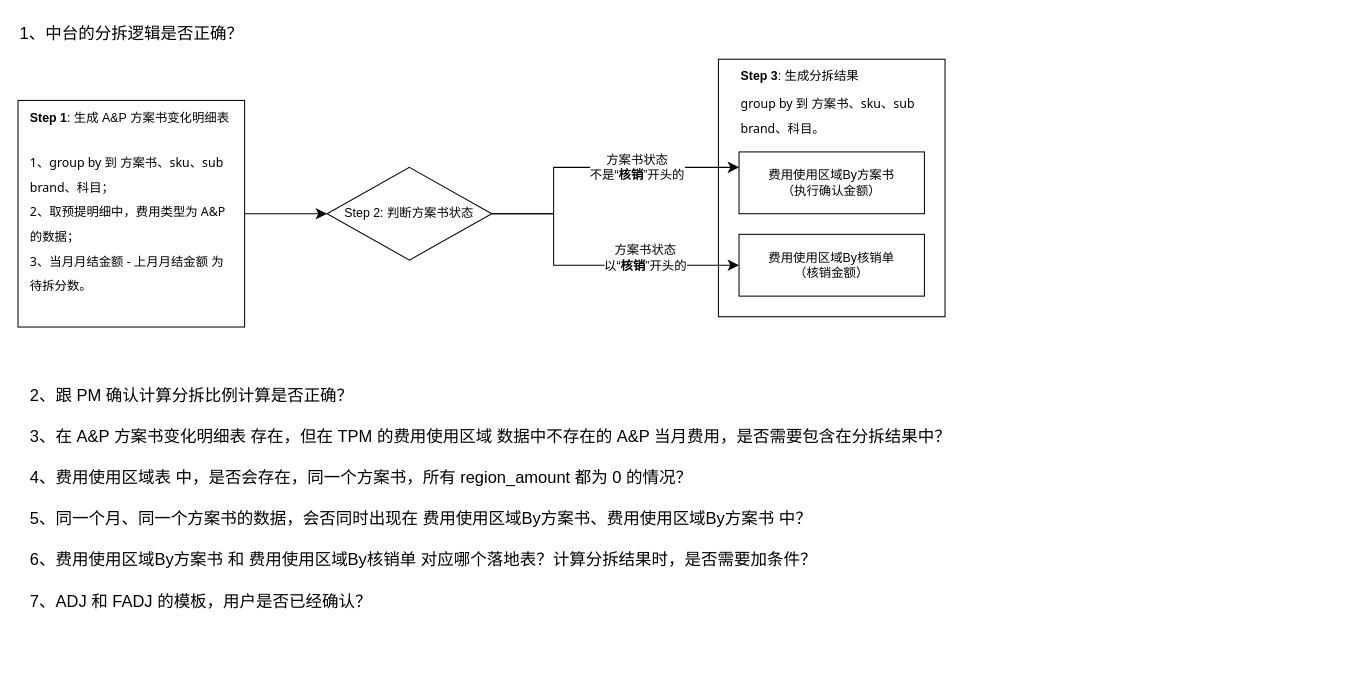
fsJerryChan/fsJerryChan keeps this draw.io diagram as a_p_split_discussion.drawio. Above is the earlier version. Source tidied: cells renumbered, new cells numbered last; positions are measured from the earlier drawing's top-left corner, leaving out a move shared by most shapes. Both pictures are drawn from the tidied source at 103%, with x=0, y=0 at pixel (18, 18).
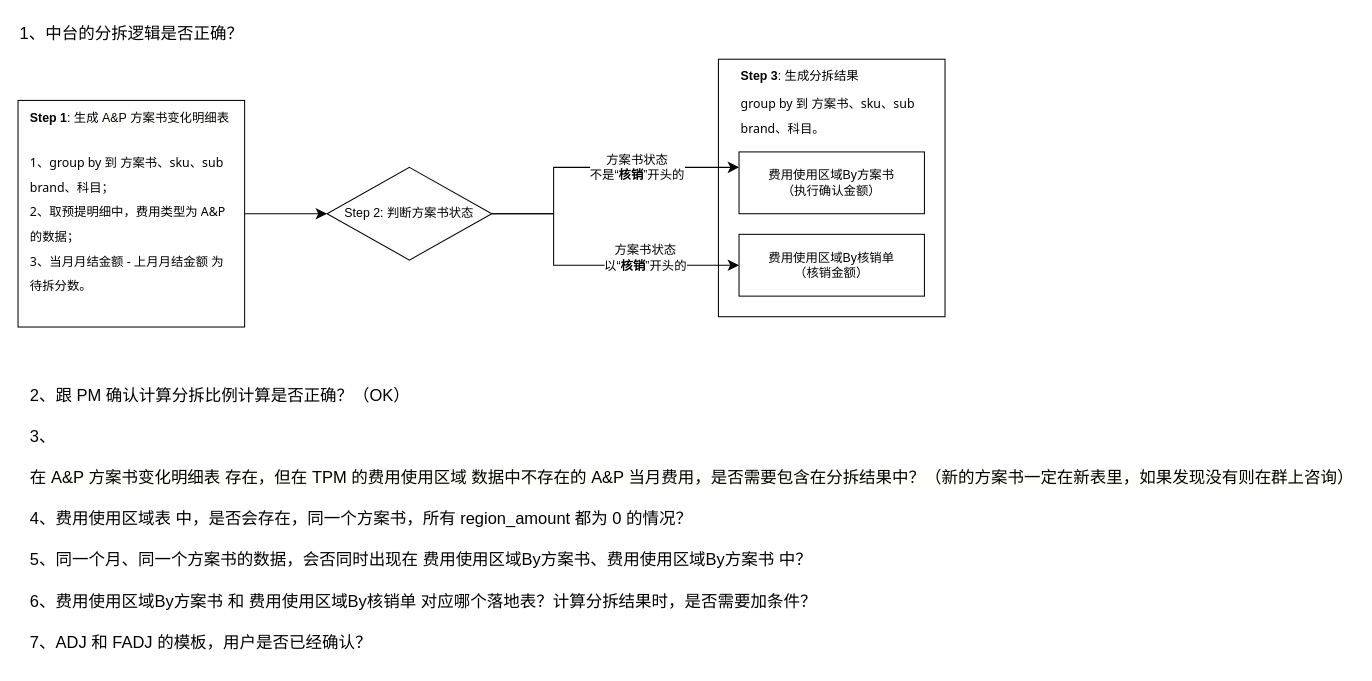
The same page after the edit.

Diff of the diagram source:
```diff
@@
-    <mxCell id="17" value="&lt;div style=&quot;line-height: 250%;&quot;&gt;&lt;div&gt;&lt;font&gt;2、跟 PM 确认计算分拆比例计算是否正确？&lt;/font&gt;&lt;/div&gt;&lt;div&gt;&lt;font&gt;3、在&amp;nbsp;&lt;span style=&quot;white-space: pre; background-color: rgb(255, 255, 254);&quot;&gt;A&amp;amp;P&amp;nbsp;方案书变化明细表 存在，但在 TPM 的费用使用区域 数据中不存在的 A&amp;amp;P 当月费用，是否需要包含在分拆结果中？&lt;/span&gt;&lt;/font&gt;&lt;div&gt;&lt;font&gt;&lt;span style=&quot;white-space: pre;&quot;&gt;&lt;span style=&quot;white-space: normal;&quot;&gt;4、费用使用区域表 中，是否会存在，同一个方案书，所有 region_amount 都为 0 的情况？&lt;/span&gt;&lt;/span&gt;&lt;/font&gt;&lt;/div&gt;&lt;div&gt;&lt;font&gt;&lt;span style=&quot;white-space: pre;&quot;&gt;&lt;span style=&quot;white-space: normal;&quot;&gt;5、同一个月、同一个方案书的数据，会否同时出现在&lt;font&gt;&amp;nbsp;&lt;/font&gt;&lt;/span&gt;&lt;/span&gt;&lt;/font&gt;&lt;font&gt;&lt;span style=&quot;text-align: center; text-wrap-mode: wrap; background-color: transparent; color: light-dark(rgb(0, 0, 0), rgb(255, 255, 255));&quot;&gt;费用使用区域By方案书、&lt;/span&gt;&lt;span style=&quot;text-align: center; text-wrap-mode: wrap; background-color: transparent; color: light-dark(rgb(0, 0, 0), rgb(255, 255, 255));&quot;&gt;费用使用区域By方案书 中？&lt;/span&gt;&lt;/font&gt;&lt;/div&gt;&lt;/div&gt;&lt;div&gt;&lt;font&gt;&lt;span style=&quot;text-align: center; text-wrap-mode: wrap; background-color: transparent; color: light-dark(rgb(0, 0, 0), rgb(255, 255, 255));&quot;&gt;6、&lt;/span&gt;&lt;/font&gt;&lt;font&gt;&lt;span style=&quot;text-align: center; background-color: transparent; color: light-dark(rgb(0, 0, 0), rgb(255, 255, 255));&quot;&gt;费用使用区域By方案书 和&amp;nbsp;&lt;/span&gt;&lt;span style=&quot;text-align: center; background-color: transparent; color: light-dark(rgb(0, 0, 0), rgb(255, 255, 255));&quot;&gt;费用使用区域By核销单 对应哪个落地表？计算分拆结果时，是否需要加条件？&lt;/span&gt;&lt;/font&gt;&lt;/div&gt;&lt;div&gt;&lt;font&gt;&lt;span style=&quot;text-align: center; background-color: transparent; color: light-dark(rgb(0, 0, 0), rgb(255, 255, 255));&quot;&gt;7、ADJ 和 FADJ 的模板，用户是否已经确认？&lt;/span&gt;&lt;/font&gt;&lt;/div&gt;&lt;/div&gt;" style="text;strokeColor=none;fillColor=none;html=1;align=left;verticalAlign=top;rounded=0;fontSize=16;whiteSpace=wrap;" parent="1" vertex="1">
+    <mxCell id="17" value="&lt;div style=&quot;line-height: 250%;&quot;&gt;&lt;div&gt;&lt;font&gt;2、跟 PM 确认计算分拆比例计算是否正确？（OK）&lt;/font&gt;&lt;/div&gt;&lt;div&gt;&lt;font&gt;3、在&amp;nbsp;&lt;span style=&quot;white-space: pre; background-color: rgb(255, 255, 254);&quot;&gt;A&amp;amp;P&amp;nbsp;方案书变化明细表 存在，但在 TPM 的费用使用区域 数据中不存在的 A&amp;amp;P 当月费用，是否需要包含在分拆结果中？（新的方案书一定在新表里，如果发现没有则在群上咨询）&lt;/span&gt;&lt;/font&gt;&lt;div&gt;&lt;font&gt;&lt;span style=&quot;white-space: pre;&quot;&gt;&lt;span style=&quot;white-space: normal;&quot;&gt;4、费用使用区域表 中，是否会存在，同一个方案书，所有 region_amount 都为 0 的情况？&lt;/span&gt;&lt;/span&gt;&lt;/font&gt;&lt;/div&gt;&lt;div&gt;&lt;font&gt;&lt;span style=&quot;white-space: pre;&quot;&gt;&lt;span style=&quot;white-space: normal;&quot;&gt;5、同一个月、同一个方案书的数据，会否同时出现在&lt;font&gt;&amp;nbsp;&lt;/font&gt;&lt;/span&gt;&lt;/span&gt;&lt;/font&gt;&lt;font&gt;&lt;span style=&quot;text-align: center; text-wrap-mode: wrap; background-color: transparent; color: light-dark(rgb(0, 0, 0), rgb(255, 255, 255));&quot;&gt;费用使用区域By方案书、&lt;/span&gt;&lt;span style=&quot;text-align: center; text-wrap-mode: wrap; background-color: transparent; color: light-dark(rgb(0, 0, 0), rgb(255, 255, 255));&quot;&gt;费用使用区域By方案书 中？&lt;/span&gt;&lt;/font&gt;&lt;/div&gt;&lt;/div&gt;&lt;div&gt;&lt;font&gt;&lt;span style=&quot;text-align: center; text-wrap-mode: wrap; background-color: transparent; color: light-dark(rgb(0, 0, 0), rgb(255, 255, 255));&quot;&gt;6、&lt;/span&gt;&lt;/font&gt;&lt;font&gt;&lt;span style=&quot;text-align: center; background-color: transparent; color: light-dark(rgb(0, 0, 0), rgb(255, 255, 255));&quot;&gt;费用使用区域By方案书 和&amp;nbsp;&lt;/span&gt;&lt;span style=&quot;text-align: center; background-color: transparent; color: light-dark(rgb(0, 0, 0), rgb(255, 255, 255));&quot;&gt;费用使用区域By核销单 对应哪个落地表？计算分拆结果时，是否需要加条件？&lt;/span&gt;&lt;/font&gt;&lt;/div&gt;&lt;div&gt;&lt;font&gt;&lt;span style=&quot;text-align: center; background-color: transparent; color: light-dark(rgb(0, 0, 0), rgb(255, 255, 255));&quot;&gt;7、ADJ 和 FADJ 的模板，用户是否已经确认？&lt;/span&gt;&lt;/font&gt;&lt;/div&gt;&lt;/div&gt;" style="text;strokeColor=none;fillColor=none;html=1;align=left;verticalAlign=top;rounded=0;fontSize=16;whiteSpace=wrap;" parent="1" vertex="1">
       <mxGeometry x="10" y="340" width="910" height="250" as="geometry" />
     </mxCell>
```
